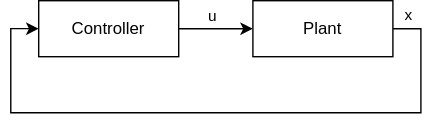
This is docs/control/figures/control_graph2.drawio.svg from Emiliennnn/adcs_introduction, a draw.io export, as it was before one commit. Source tidied: cells renumbered, new cells last; positions are measured from the earlier drawing's top-left corner, leaving out a move shared by most shapes.
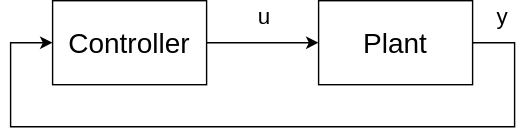
After the commit.

Diff of the diagram source:
```diff
@@ -2,34 +2,34 @@
   <root>
     <mxCell id="0" />
     <mxCell id="1" parent="0" />
-    <mxCell id="2" style="edgeStyle=orthogonalEdgeStyle;rounded=0;jettySize=auto;html=1;exitX=1;exitY=0.5;exitDx=0;exitDy=0;entryX=0;entryY=0.5;entryDx=0;entryDy=0;" parent="1" edge="1" source="4" target="7">
-      <mxGeometry relative="1" as="geometry">
-        <Array as="points">
-          <mxPoint x="293" y="20" />
-          <mxPoint x="293" y="80" />
-          <mxPoint y="80" />
-          <mxPoint y="20" />
-        </Array>
-      </mxGeometry>
-    </mxCell>
-    <mxCell id="3" value="x" style="edgeLabel;html=1;align=center;verticalAlign=middle;" parent="2" vertex="1">
-      <mxGeometry x="-0.86" relative="1" as="geometry">
-        <mxPoint x="-10" y="-21" as="offset" />
-      </mxGeometry>
-    </mxCell>
-    <mxCell id="4" value="Plant" style="whiteSpace=wrap;html=1;labelBackgroundColor=none;rounded=0;" parent="1" vertex="1">
-      <mxGeometry x="173" width="100" height="40" as="geometry" />
+    <mxCell id="4" value="&lt;font style=&quot;font-size: 20px;&quot;&gt;Plant&lt;/font&gt;" style="rounded=0;whiteSpace=wrap;html=1;" parent="1" vertex="1">
+      <mxGeometry x="-317" y="60" width="110" height="60" as="geometry" />
     </mxCell>
-    <mxCell id="5" style="edgeStyle=orthogonalEdgeStyle;rounded=0;jettySize=auto;html=1;exitX=1;exitY=0.5;exitDx=0;exitDy=0;" parent="1" edge="1" source="7" target="4">
+    <mxCell id="5" style="edgeStyle=orthogonalEdgeStyle;rounded=0;jettySize=auto;html=1;exitX=1;exitY=0.5;exitDx=0;exitDy=0;entryX=0;entryY=0.5;entryDx=0;entryDy=0;" parent="1" edge="1" source="7" target="4">
       <mxGeometry relative="1" as="geometry" />
     </mxCell>
-    <mxCell id="6" value="u" style="edgeLabel;html=1;align=center;verticalAlign=middle;" parent="5" vertex="1">
-      <mxGeometry x="-0.41" y="2" relative="1" as="geometry">
-        <mxPoint x="8" y="-8" as="offset" />
+    <mxCell id="6" value="&lt;font style=&quot;font-size: 16px;&quot;&gt;u&lt;/font&gt;" style="edgeLabel;html=1;align=center;verticalAlign=middle;" parent="5" vertex="1">
+      <mxGeometry x="0.17" y="-2" relative="1" as="geometry">
+        <mxPoint x="-7" y="-22" as="offset" />
       </mxGeometry>
     </mxCell>
-    <mxCell id="7" value="Controller" style="whiteSpace=wrap;html=1;labelBackgroundColor=none;rounded=0;" parent="1" vertex="1">
-      <mxGeometry x="20" width="100" height="40" as="geometry" />
+    <mxCell id="7" value="&lt;font style=&quot;font-size: 20px;&quot;&gt;Controller&lt;/font&gt;" style="rounded=0;whiteSpace=wrap;html=1;" parent="1" vertex="1">
+      <mxGeometry x="-507" y="60" width="110" height="60" as="geometry" />
     </mxCell>
+    <mxCell id="2" style="edgeStyle=orthogonalEdgeStyle;rounded=0;jettySize=auto;html=1;entryX=0;entryY=0.5;entryDx=0;entryDy=0;" parent="1" edge="1" source="4" target="7">
+      <mxGeometry relative="1" as="geometry">
+        <Array as="points">
+          <mxPoint x="-177" y="90" />
+          <mxPoint x="-177" y="150" />
+          <mxPoint x="-537" y="150" />
+          <mxPoint x="-537" y="90" />
+        </Array>
+      </mxGeometry>
+    </mxCell>
+    <mxCell id="8" value="&lt;font style=&quot;font-size: 16px;&quot;&gt;y&lt;/font&gt;" style="edgeLabel;html=1;align=center;verticalAlign=middle;" parent="2" vertex="1">
+      <mxGeometry x="-0.88" y="1" relative="1" as="geometry">
+        <mxPoint x="-11" y="-21" as="offset" />
+      </mxGeometry>
+    </mxCell>
   </root>
 </mxGraphModel>
```
